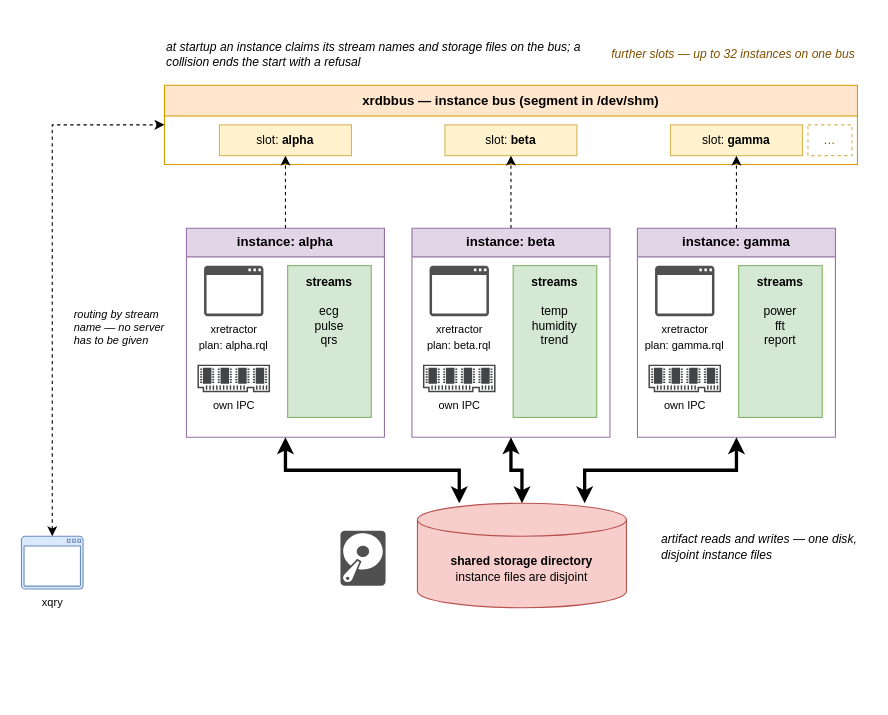
This is page "Simple bus - icons" (12 of 12) of assets/zrodlo-rysunkow.drawio from michalwidera/documentation-rdb, a draw.io file, before an edit. Source tidied: cells renumbered, new cells numbered last; positions are measured from the earlier drawing's top-left corner, leaving out a move shared by most shapes. Both pictures are drawn from the tidied source at 110%, with x=0, y=0 at pixel (21, 32).
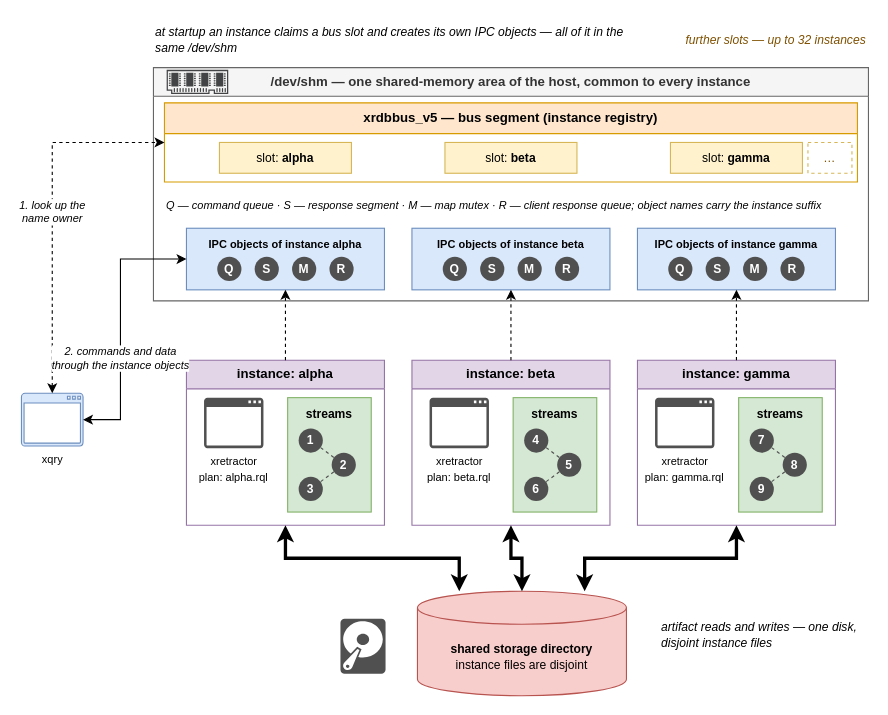
Above is the later version.

Unchanged cells that the change refers to:
```xml
<mxCell id="3" value="slot: &lt;b&gt;alpha&lt;/b&gt;" style="rounded=0;whiteSpace=wrap;html=1;fillColor=#fff2cc;strokeColor=#d6b656;fontSize=11;" parent="2" vertex="1">
  <mxGeometry x="50" y="36" width="120" height="28" as="geometry" />
</mxCell>
<mxCell id="4" value="slot: &lt;b&gt;beta&lt;/b&gt;" style="rounded=0;whiteSpace=wrap;html=1;fillColor=#fff2cc;strokeColor=#d6b656;fontSize=11;" parent="2" vertex="1">
  <mxGeometry x="255" y="36" width="120" height="28" as="geometry" />
</mxCell>
<mxCell id="5" value="slot: &lt;b&gt;gamma&lt;/b&gt;" style="rounded=0;whiteSpace=wrap;html=1;fillColor=#fff2cc;strokeColor=#d6b656;fontSize=11;" parent="2" vertex="1">
  <mxGeometry x="460" y="36" width="120" height="28" as="geometry" />
</mxCell>
```

Change to the diagram source:
```diff
@@
+    <mxCell id="25" value="at startup an instance claims a bus slot and creates its own IPC objects — all of it in the same /dev/shm" style="text;html=1;whiteSpace=wrap;overflow=hidden;align=left;verticalAlign=middle;fontSize=11;fontStyle=2;" parent="1" vertex="1">
+      <mxGeometry x="120" y="-12" width="430" height="38" as="geometry" />
+    </mxCell>
+    <mxCell id="26" value="further slots — up to 32 instances" style="text;html=1;whiteSpace=wrap;overflow=hidden;align=right;verticalAlign=middle;fontSize=11;fontStyle=2;fontColor=#7F5000;" parent="1" vertex="1">
+      <mxGeometry x="560" y="-12" width="210" height="38" as="geometry" />
+    </mxCell>
+    <mxCell id="36" value="&lt;b&gt;/dev/shm&lt;/b&gt; — one shared-memory area of the host, common to every instance" style="swimlane;whiteSpace=wrap;html=1;fillColor=#f5f5f5;strokeColor=#666666;fontColor=#333333;startSize=26;" parent="1" vertex="1">
+      <mxGeometry x="120" y="32" width="650" height="212" as="geometry" />
+    </mxCell>
+    <mxCell id="37" style="sketch=0;shadow=0;dashed=0;html=1;strokeColor=none;fillColor=#434445;labelPosition=center;verticalLabelPosition=bottom;verticalAlign=top;align=center;shape=mxgraph.vvd.memory;" parent="36" vertex="1">
+      <mxGeometry x="12" y="2" width="56" height="22" as="geometry" />
+    </mxCell>
-    <mxCell id="2" value="&lt;b&gt;xrdbbus&lt;/b&gt; — instance bus (segment in /dev/shm)" style="swimlane;whiteSpace=wrap;html=1;fillColor=#ffe6cc;strokeColor=#d79b00;startSize=28;" parent="1" vertex="1">
-      <mxGeometry x="130" y="48" width="630" height="72" as="geometry" />
+    <mxCell id="2" value="&lt;b&gt;xrdbbus_v5&lt;/b&gt; — bus segment (instance registry)" style="swimlane;whiteSpace=wrap;html=1;fillColor=#ffe6cc;strokeColor=#d79b00;startSize=28;" parent="36" vertex="1">
+      <mxGeometry x="10" y="32" width="630" height="72" as="geometry" />
     </mxCell>
@@
+    <mxCell id="38" value="&lt;b&gt;IPC objects of instance alpha&lt;/b&gt;" style="rounded=0;whiteSpace=wrap;html=1;fillColor=#dae8fc;strokeColor=#6c8ebf;fontSize=10;verticalAlign=top;spacingTop=2;" parent="36" vertex="1">
+      <mxGeometry x="30" y="146" width="180" height="56" as="geometry" />
+    </mxCell>
+    <mxCell id="39" value="Q" style="ellipse;whiteSpace=wrap;html=1;fillColor=#505050;strokeColor=none;fontColor=#FFFFFF;fontSize=11;fontStyle=1;" parent="38" vertex="1">
+      <mxGeometry x="28" y="26" width="22" height="22" as="geometry" />
+    </mxCell>
+    <mxCell id="40" value="S" style="ellipse;whiteSpace=wrap;html=1;fillColor=#505050;strokeColor=none;fontColor=#FFFFFF;fontSize=11;fontStyle=1;" parent="38" vertex="1">
+      <mxGeometry x="62" y="26" width="22" height="22" as="geometry" />
+    </mxCell>
+    <mxCell id="41" value="M" style="ellipse;whiteSpace=wrap;html=1;fillColor=#505050;strokeColor=none;fontColor=#FFFFFF;fontSize=11;fontStyle=1;" parent="38" vertex="1">
+      <mxGeometry x="96" y="26" width="22" height="22" as="geometry" />
+    </mxCell>
+    <mxCell id="42" value="R" style="ellipse;whiteSpace=wrap;html=1;fillColor=#505050;strokeColor=none;fontColor=#FFFFFF;fontSize=11;fontStyle=1;" parent="38" vertex="1">
+      <mxGeometry x="130" y="26" width="22" height="22" as="geometry" />
+    </mxCell>
+    <mxCell id="43" value="&lt;b&gt;IPC objects of instance beta&lt;/b&gt;" style="rounded=0;whiteSpace=wrap;html=1;fillColor=#dae8fc;strokeColor=#6c8ebf;fontSize=10;verticalAlign=top;spacingTop=2;" parent="36" vertex="1">
+      <mxGeometry x="235" y="146" width="180" height="56" as="geometry" />
+    </mxCell>
+    <mxCell id="44" value="Q" style="ellipse;whiteSpace=wrap;html=1;fillColor=#505050;strokeColor=none;fontColor=#FFFFFF;fontSize=11;fontStyle=1;" parent="43" vertex="1">
+      <mxGeometry x="28" y="26" width="22" height="22" as="geometry" />
+    </mxCell>
+    <mxCell id="45" value="S" style="ellipse;whiteSpace=wrap;html=1;fillColor=#505050;strokeColor=none;fontColor=#FFFFFF;fontSize=11;fontStyle=1;" parent="43" vertex="1">
+      <mxGeometry x="62" y="26" width="22" height="22" as="geometry" />
+    </mxCell>
+    <mxCell id="46" value="M" style="ellipse;whiteSpace=wrap;html=1;fillColor=#505050;strokeColor=none;fontColor=#FFFFFF;fontSize=11;fontStyle=1;" parent="43" vertex="1">
+      <mxGeometry x="96" y="26" width="22" height="22" as="geometry" />
+    </mxCell>
+    <mxCell id="47" value="R" style="ellipse;whiteSpace=wrap;html=1;fillColor=#505050;strokeColor=none;fontColor=#FFFFFF;fontSize=11;fontStyle=1;" parent="43" vertex="1">
+      <mxGeometry x="130" y="26" width="22" height="22" as="geometry" />
+    </mxCell>
+    <mxCell id="48" value="&lt;b&gt;IPC objects of instance gamma&lt;/b&gt;" style="rounded=0;whiteSpace=wrap;html=1;fillColor=#dae8fc;strokeColor=#6c8ebf;fontSize=10;verticalAlign=top;spacingTop=2;" parent="36" vertex="1">
+      <mxGeometry x="440" y="146" width="180" height="56" as="geometry" />
+    </mxCell>
+    <mxCell id="49" value="Q" style="ellipse;whiteSpace=wrap;html=1;fillColor=#505050;strokeColor=none;fontColor=#FFFFFF;fontSize=11;fontStyle=1;" parent="48" vertex="1">
+      <mxGeometry x="28" y="26" width="22" height="22" as="geometry" />
+    </mxCell>
+    <mxCell id="50" value="S" style="ellipse;whiteSpace=wrap;html=1;fillColor=#505050;strokeColor=none;fontColor=#FFFFFF;fontSize=11;fontStyle=1;" parent="48" vertex="1">
+      <mxGeometry x="62" y="26" width="22" height="22" as="geometry" />
+    </mxCell>
+    <mxCell id="51" value="M" style="ellipse;whiteSpace=wrap;html=1;fillColor=#505050;strokeColor=none;fontColor=#FFFFFF;fontSize=11;fontStyle=1;" parent="48" vertex="1">
+      <mxGeometry x="96" y="26" width="22" height="22" as="geometry" />
+    </mxCell>
+    <mxCell id="52" value="R" style="ellipse;whiteSpace=wrap;html=1;fillColor=#505050;strokeColor=none;fontColor=#FFFFFF;fontSize=11;fontStyle=1;" parent="48" vertex="1">
+      <mxGeometry x="130" y="26" width="22" height="22" as="geometry" />
+    </mxCell>
+    <mxCell id="53" value="Q — command queue · S — response segment · M — map mutex · R — client response queue; object names carry the instance suffix" style="text;html=1;whiteSpace=wrap;overflow=hidden;align=left;verticalAlign=middle;fontSize=10;fontStyle=2;" parent="36" vertex="1">
+      <mxGeometry x="10" y="110" width="630" height="30" as="geometry" />
+    </mxCell>
     <mxCell id="7" value="instance: &lt;b&gt;alpha&lt;/b&gt;" style="swimlane;whiteSpace=wrap;html=1;fillColor=#e1d5e7;strokeColor=#9673a6;startSize=26;" parent="1" vertex="1">
-      <mxGeometry x="150" y="178" width="180" height="190" as="geometry" />
+      <mxGeometry x="150" y="298" width="180" height="150" as="geometry" />
     </mxCell>
@@
-    <mxCell id="10" value="own IPC" style="sketch=0;shadow=0;dashed=0;html=1;strokeColor=none;fillColor=#434445;labelPosition=center;verticalLabelPosition=bottom;verticalAlign=top;align=center;shape=mxgraph.vvd.memory;fontSize=10;" parent="7" vertex="1">
-      <mxGeometry x="10" y="124" width="66" height="25" as="geometry" />
-    </mxCell>
-    <mxCell id="11" value="&lt;b&gt;streams&lt;/b&gt;&lt;div&gt;&lt;br&gt;&lt;/div&gt;&lt;div&gt;ecg&lt;/div&gt;&lt;div&gt;pulse&lt;/div&gt;&lt;div&gt;qrs&lt;/div&gt;" style="rounded=0;whiteSpace=wrap;html=1;fillColor=#d5e8d4;strokeColor=#82b366;fontSize=11;verticalAlign=top;spacingTop=2;" parent="7" vertex="1">
-      <mxGeometry x="92" y="34" width="76" height="138" as="geometry" />
+    <mxCell id="11" value="&lt;b&gt;streams&lt;/b&gt;" style="rounded=0;whiteSpace=wrap;html=1;fillColor=#d5e8d4;strokeColor=#82b366;fontSize=11;verticalAlign=top;spacingTop=2;" parent="7" vertex="1">
+      <mxGeometry x="92" y="34" width="76" height="104" as="geometry" />
     </mxCell>
+    <mxCell id="54" value="1" style="ellipse;whiteSpace=wrap;html=1;fillColor=#505050;strokeColor=none;fontColor=#FFFFFF;fontSize=11;fontStyle=1;" parent="11" vertex="1">
+      <mxGeometry x="10" y="28" width="22" height="22" as="geometry" />
+    </mxCell>
+    <mxCell id="55" value="2" style="ellipse;whiteSpace=wrap;html=1;fillColor=#505050;strokeColor=none;fontColor=#FFFFFF;fontSize=11;fontStyle=1;" parent="11" vertex="1">
+      <mxGeometry x="40" y="50" width="22" height="22" as="geometry" />
+    </mxCell>
+    <mxCell id="56" value="3" style="ellipse;whiteSpace=wrap;html=1;fillColor=#505050;strokeColor=none;fontColor=#FFFFFF;fontSize=11;fontStyle=1;" parent="11" vertex="1">
+      <mxGeometry x="10" y="72" width="22" height="22" as="geometry" />
+    </mxCell>
+    <mxCell id="57" style="edgeStyle=none;rounded=0;html=1;dashed=1;endArrow=none;strokeColor=#505050;" parent="11" edge="1" source="54" target="55">
+      <mxGeometry relative="1" as="geometry" />
+    </mxCell>
+    <mxCell id="58" style="edgeStyle=none;rounded=0;html=1;dashed=1;endArrow=none;strokeColor=#505050;" parent="11" edge="1" source="55" target="56">
+      <mxGeometry relative="1" as="geometry" />
+    </mxCell>
     <mxCell id="12" value="instance: &lt;b&gt;beta&lt;/b&gt;" style="swimlane;whiteSpace=wrap;html=1;fillColor=#e1d5e7;strokeColor=#9673a6;startSize=26;" parent="1" vertex="1">
-      <mxGeometry x="355" y="178" width="180" height="190" as="geometry" />
+      <mxGeometry x="355" y="298" width="180" height="150" as="geometry" />
     </mxCell>
@@
-    <mxCell id="15" value="own IPC" style="sketch=0;shadow=0;dashed=0;html=1;strokeColor=none;fillColor=#434445;labelPosition=center;verticalLabelPosition=bottom;verticalAlign=top;align=center;shape=mxgraph.vvd.memory;fontSize=10;" parent="12" vertex="1">
-      <mxGeometry x="10" y="124" width="66" height="25" as="geometry" />
-    </mxCell>
-    <mxCell id="16" value="&lt;b&gt;streams&lt;/b&gt;&lt;div&gt;&lt;br&gt;&lt;/div&gt;&lt;div&gt;temp&lt;/div&gt;&lt;div&gt;humidity&lt;/div&gt;&lt;div&gt;trend&lt;/div&gt;" style="rounded=0;whiteSpace=wrap;html=1;fillColor=#d5e8d4;strokeColor=#82b366;fontSize=11;verticalAlign=top;spacingTop=2;" parent="12" vertex="1">
-      <mxGeometry x="92" y="34" width="76" height="138" as="geometry" />
+    <mxCell id="16" value="&lt;b&gt;streams&lt;/b&gt;" style="rounded=0;whiteSpace=wrap;html=1;fillColor=#d5e8d4;strokeColor=#82b366;fontSize=11;verticalAlign=top;spacingTop=2;" parent="12" vertex="1">
+      <mxGeometry x="92" y="34" width="76" height="104" as="geometry" />
     </mxCell>
+    <mxCell id="59" value="4" style="ellipse;whiteSpace=wrap;html=1;fillColor=#505050;strokeColor=none;fontColor=#FFFFFF;fontSize=11;fontStyle=1;" parent="16" vertex="1">
+      <mxGeometry x="10" y="28" width="22" height="22" as="geometry" />
+    </mxCell>
+    <mxCell id="60" value="5" style="ellipse;whiteSpace=wrap;html=1;fillColor=#505050;strokeColor=none;fontColor=#FFFFFF;fontSize=11;fontStyle=1;" parent="16" vertex="1">
+      <mxGeometry x="40" y="50" width="22" height="22" as="geometry" />
+    </mxCell>
+    <mxCell id="61" value="6" style="ellipse;whiteSpace=wrap;html=1;fillColor=#505050;strokeColor=none;fontColor=#FFFFFF;fontSize=11;fontStyle=1;" parent="16" vertex="1">
+      <mxGeometry x="10" y="72" width="22" height="22" as="geometry" />
+    </mxCell>
+    <mxCell id="62" style="edgeStyle=none;rounded=0;html=1;dashed=1;endArrow=none;strokeColor=#505050;" parent="16" edge="1" source="59" target="60">
+      <mxGeometry relative="1" as="geometry" />
+    </mxCell>
+    <mxCell id="63" style="edgeStyle=none;rounded=0;html=1;dashed=1;endArrow=none;strokeColor=#505050;" parent="16" edge="1" source="60" target="61">
+      <mxGeometry relative="1" as="geometry" />
+    </mxCell>
     <mxCell id="17" value="instance: &lt;b&gt;gamma&lt;/b&gt;" style="swimlane;whiteSpace=wrap;html=1;fillColor=#e1d5e7;strokeColor=#9673a6;startSize=26;" parent="1" vertex="1">
-      <mxGeometry x="560" y="178" width="180" height="190" as="geometry" />
+      <mxGeometry x="560" y="298" width="180" height="150" as="geometry" />
     </mxCell>
@@
-    <mxCell id="20" value="own IPC" style="sketch=0;shadow=0;dashed=0;html=1;strokeColor=none;fillColor=#434445;labelPosition=center;verticalLabelPosition=bottom;verticalAlign=top;align=center;shape=mxgraph.vvd.memory;fontSize=10;" parent="17" vertex="1">
-      <mxGeometry x="10" y="124" width="66" height="25" as="geometry" />
-    </mxCell>
-    <mxCell id="21" value="&lt;b&gt;streams&lt;/b&gt;&lt;div&gt;&lt;br&gt;&lt;/div&gt;&lt;div&gt;power&lt;/div&gt;&lt;div&gt;fft&lt;/div&gt;&lt;div&gt;report&lt;/div&gt;" style="rounded=0;whiteSpace=wrap;html=1;fillColor=#d5e8d4;strokeColor=#82b366;fontSize=11;verticalAlign=top;spacingTop=2;" parent="17" vertex="1">
-      <mxGeometry x="92" y="34" width="76" height="138" as="geometry" />
+    <mxCell id="21" value="&lt;b&gt;streams&lt;/b&gt;" style="rounded=0;whiteSpace=wrap;html=1;fillColor=#d5e8d4;strokeColor=#82b366;fontSize=11;verticalAlign=top;spacingTop=2;" parent="17" vertex="1">
+      <mxGeometry x="92" y="34" width="76" height="104" as="geometry" />
     </mxCell>
-    <mxCell id="22" style="edgeStyle=orthogonalEdgeStyle;rounded=0;jettySize=auto;html=1;dashed=1;exitX=0.5;exitY=0;exitDx=0;exitDy=0;entryX=0.5;entryY=1;entryDx=0;entryDy=0;" parent="1" edge="1" source="7" target="3">
-      <mxGeometry relative="1" as="geometry" />
-    </mxCell>
-    <mxCell id="23" style="edgeStyle=orthogonalEdgeStyle;rounded=0;jettySize=auto;html=1;dashed=1;exitX=0.5;exitY=0;exitDx=0;exitDy=0;entryX=0.5;entryY=1;entryDx=0;entryDy=0;" parent="1" edge="1" source="12" target="4">
-      <mxGeometry relative="1" as="geometry" />
-    </mxCell>
-    <mxCell id="24" style="edgeStyle=orthogonalEdgeStyle;rounded=0;jettySize=auto;html=1;dashed=1;exitX=0.5;exitY=0;exitDx=0;exitDy=0;entryX=0.5;entryY=1;entryDx=0;entryDy=0;" parent="1" edge="1" source="17" target="5">
-      <mxGeometry relative="1" as="geometry" />
-    </mxCell>
-    <mxCell id="25" value="at startup an instance claims its stream names and storage files on the bus; a collision ends the start with a refusal" style="text;html=1;whiteSpace=wrap;overflow=hidden;align=left;verticalAlign=middle;fontSize=11;fontStyle=2;" parent="1" vertex="1">
-      <mxGeometry x="130" width="380" height="40" as="geometry" />
-    </mxCell>
-    <mxCell id="26" value="further slots — up to 32 instances on one bus" style="text;html=1;whiteSpace=wrap;overflow=hidden;align=right;verticalAlign=middle;fontSize=11;fontStyle=2;fontColor=#7F5000;" parent="1" vertex="1">
-      <mxGeometry x="525" width="235" height="40" as="geometry" />
-    </mxCell>
+    <mxCell id="64" value="7" style="ellipse;whiteSpace=wrap;html=1;fillColor=#505050;strokeColor=none;fontColor=#FFFFFF;fontSize=11;fontStyle=1;" parent="21" vertex="1">
+      <mxGeometry x="10" y="28" width="22" height="22" as="geometry" />
+    </mxCell>
+    <mxCell id="65" value="8" style="ellipse;whiteSpace=wrap;html=1;fillColor=#505050;strokeColor=none;fontColor=#FFFFFF;fontSize=11;fontStyle=1;" parent="21" vertex="1">
+      <mxGeometry x="40" y="50" width="22" height="22" as="geometry" />
+    </mxCell>
+    <mxCell id="66" value="9" style="ellipse;whiteSpace=wrap;html=1;fillColor=#505050;strokeColor=none;fontColor=#FFFFFF;fontSize=11;fontStyle=1;" parent="21" vertex="1">
+      <mxGeometry x="10" y="72" width="22" height="22" as="geometry" />
+    </mxCell>
+    <mxCell id="67" style="edgeStyle=none;rounded=0;html=1;dashed=1;endArrow=none;strokeColor=#505050;" parent="21" edge="1" source="64" target="65">
+      <mxGeometry relative="1" as="geometry" />
+    </mxCell>
+    <mxCell id="68" style="edgeStyle=none;rounded=0;html=1;dashed=1;endArrow=none;strokeColor=#505050;" parent="21" edge="1" source="65" target="66">
+      <mxGeometry relative="1" as="geometry" />
+    </mxCell>
+    <mxCell id="69" style="edgeStyle=orthogonalEdgeStyle;rounded=0;jettySize=auto;html=1;dashed=1;exitX=0.5;exitY=0;exitDx=0;exitDy=0;entryX=0.5;entryY=1;entryDx=0;entryDy=0;" parent="1" edge="1" source="7" target="38">
+      <mxGeometry relative="1" as="geometry" />
+    </mxCell>
+    <mxCell id="70" style="edgeStyle=orthogonalEdgeStyle;rounded=0;jettySize=auto;html=1;dashed=1;exitX=0.5;exitY=0;exitDx=0;exitDy=0;entryX=0.5;entryY=1;entryDx=0;entryDy=0;" parent="1" edge="1" source="12" target="43">
+      <mxGeometry relative="1" as="geometry" />
+    </mxCell>
+    <mxCell id="71" style="edgeStyle=orthogonalEdgeStyle;rounded=0;jettySize=auto;html=1;dashed=1;exitX=0.5;exitY=0;exitDx=0;exitDy=0;entryX=0.5;entryY=1;entryDx=0;entryDy=0;" parent="1" edge="1" source="17" target="48">
+      <mxGeometry relative="1" as="geometry" />
+    </mxCell>
     <mxCell id="27" value="&lt;b&gt;shared storage directory&lt;/b&gt;&lt;div&gt;instance files are disjoint&lt;/div&gt;" style="shape=cylinder3;whiteSpace=wrap;html=1;boundedLbl=1;backgroundOutline=1;size=15;fillColor=#f8cecc;strokeColor=#b85450;fontSize=11;" parent="1" vertex="1">
-      <mxGeometry x="360" y="428" width="190" height="95" as="geometry" />
+      <mxGeometry x="360" y="508" width="190" height="95" as="geometry" />
     </mxCell>
     <mxCell id="28" style="sketch=0;shadow=0;dashed=0;html=1;strokeColor=none;fillColor=#505050;labelPosition=center;verticalLabelPosition=bottom;verticalAlign=top;align=center;shape=mxgraph.office.devices.hard_disk;" parent="1" vertex="1">
-      <mxGeometry x="290" y="453" width="41" height="50" as="geometry" />
+      <mxGeometry x="290" y="533" width="41" height="50" as="geometry" />
     </mxCell>
@@
     <mxCell id="32" value="artifact reads and writes — one disk, disjoint instance files" style="text;html=1;whiteSpace=wrap;overflow=hidden;align=left;verticalAlign=middle;fontSize=11;fontStyle=2;" parent="1" vertex="1">
-      <mxGeometry x="580" y="443" width="180" height="50" as="geometry" />
+      <mxGeometry x="580" y="523" width="180" height="50" as="geometry" />
     </mxCell>
     <mxCell id="33" value="xqry" style="sketch=0;shadow=0;dashed=0;html=1;strokeColor=#6c8ebf;fillColor=#dae8fc;labelPosition=center;verticalLabelPosition=bottom;verticalAlign=top;outlineConnect=0;align=center;shape=mxgraph.office.concepts.application_generic;fontSize=10;" parent="1" vertex="1">
-      <mxGeometry y="458" width="56" height="48" as="geometry" />
+      <mxGeometry y="328" width="56" height="48" as="geometry" />
     </mxCell>
-    <mxCell id="34" style="edgeStyle=orthogonalEdgeStyle;rounded=0;jettySize=auto;html=1;dashed=1;startArrow=classic;startFill=1;exitX=0.5;exitY=0;exitDx=0;exitDy=0;entryX=0;entryY=0.5;entryDx=0;entryDy=0;" parent="1" edge="1" source="33" target="2">
+    <mxCell id="34" value="1. look up the&lt;br&gt;name owner" style="edgeStyle=orthogonalEdgeStyle;rounded=0;jettySize=auto;html=1;dashed=1;startArrow=classic;startFill=1;exitX=0.5;exitY=0;exitDx=0;exitDy=0;entryX=0;entryY=0.5;entryDx=0;entryDy=0;fontSize=10;fontStyle=2;labelBackgroundColor=#FFFFFF;" parent="1" edge="1" source="33" target="2">
       <mxGeometry relative="1" as="geometry" />
     </mxCell>
-    <mxCell id="35" value="routing by stream name — no server has to be given" style="text;html=1;whiteSpace=wrap;overflow=hidden;align=left;verticalAlign=middle;fontSize=10;fontStyle=2;" parent="1" vertex="1">
-      <mxGeometry x="46" y="223" width="94" height="90" as="geometry" />
-    </mxCell>
+    <mxCell id="72" value="2. commands and data&lt;br&gt;through the instance objects" style="edgeStyle=orthogonalEdgeStyle;rounded=0;jettySize=auto;html=1;startArrow=classic;startFill=1;exitX=1;exitY=0.5;exitDx=0;exitDy=0;entryX=0;entryY=0.5;entryDx=0;entryDy=0;fontSize=10;fontStyle=2;labelBackgroundColor=#FFFFFF;" parent="1" edge="1" source="33" target="38">
+      <mxGeometry relative="1" as="geometry">
+        <Array as="points">
+          <mxPoint x="90" y="352" />
+          <mxPoint x="90" y="206" />
+        </Array>
+        <mxPoint y="30" as="offset" />
+      </mxGeometry>
+    </mxCell>
```
